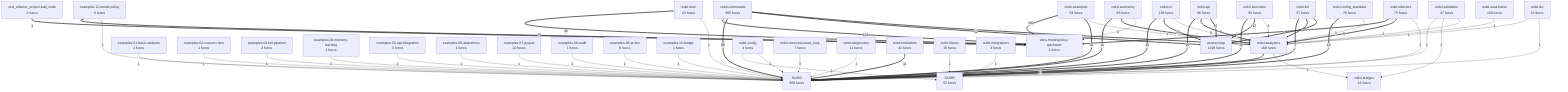
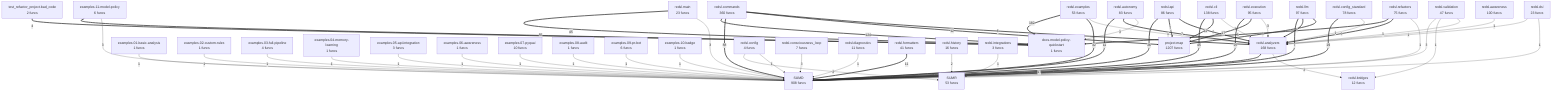
flowchart TD
    SUMD["SUMD<br/>908 funcs"]
    SUMR["SUMR<br/>53 funcs"]
    docs__model_policy_quickstart["docs.model-policy-quickstart<br/>1 funcs"]
    examples__01_basic_analysis["examples.01-basic-analysis<br/>1 funcs"]
    examples__02_custom_rules["examples.02-custom-rules<br/>1 funcs"]
    examples__03_full_pipeline["examples.03-full-pipeline<br/>4 funcs"]
    examples__04_memory_learning["examples.04-memory-learning<br/>1 funcs"]
    examples__05_api_integration["examples.05-api-integration<br/>3 funcs"]
    examples__06_awareness["examples.06-awareness<br/>1 funcs"]
    examples__07_pyqual["examples.07-pyqual<br/>10 funcs"]
    examples__08_audit["examples.08-audit<br/>1 funcs"]
    examples__09_pr_bot["examples.09-pr-bot<br/>6 funcs"]
    examples__10_badge["examples.10-badge<br/>1 funcs"]
    examples__11_model_policy["examples.11-model-policy<br/>6 funcs"]
-     project__map["project.map<br/>1198 funcs"]
+     project__map["project.map<br/>1207 funcs"]
    redsl__analyzers["redsl.analyzers<br/>168 funcs"]
    redsl__api["redsl.api<br/>86 funcs"]
    redsl__autonomy["redsl.autonomy<br/>83 funcs"]
    redsl__awareness["redsl.awareness<br/>100 funcs"]
    redsl__bridges["redsl.bridges<br/>12 funcs"]
    redsl__cli["redsl.cli<br/>138 funcs"]
    redsl__commands["redsl.commands<br/>360 funcs"]
    redsl__config["redsl.config<br/>4 funcs"]
    redsl__config_standard["redsl.config_standard<br/>78 funcs"]
    redsl__consciousness_loop["redsl.consciousness_loop<br/>7 funcs"]
    redsl__diagnostics["redsl.diagnostics<br/>11 funcs"]
    redsl__dsl["redsl.dsl<br/>23 funcs"]
    redsl__examples["redsl.examples<br/>53 funcs"]
    redsl__execution["redsl.execution<br/>95 funcs"]
    redsl__formatters["redsl.formatters<br/>41 funcs"]
    redsl__history["redsl.history<br/>16 funcs"]
    redsl__integrations["redsl.integrations<br/>3 funcs"]
    redsl__llm["redsl.llm<br/>97 funcs"]
    redsl__main["redsl.main<br/>23 funcs"]
    redsl__refactors["redsl.refactors<br/>75 funcs"]
    redsl__validation["redsl.validation<br/>47 funcs"]
    test_refactor_project__bad_code["test_refactor_project.bad_code<br/>2 funcs"]
    redsl__examples ==>|182| docs__model_policy_quickstart
    redsl__commands ==>|124| docs__model_policy_quickstart
    redsl__commands ==>|88| SUMD
    examples__11_model_policy ==>|55| docs__model_policy_quickstart
    redsl__main ==>|45| docs__model_policy_quickstart
    redsl__cli ==>|45| SUMD
    redsl__examples ==>|32| SUMD
    redsl__api ==>|26| SUMD
    redsl__execution ==>|25| SUMD
    redsl__config_standard ==>|19| SUMD
    redsl__execution ==>|17| project__map
    redsl__analyzers ==>|17| SUMD
    redsl__commands ==>|12| project__map
    redsl__cli ==>|12| project__map
    redsl__autonomy ==>|11| SUMD
    redsl__formatters ==>|11| SUMD
    redsl__autonomy ==>|7| redsl__analyzers
    redsl__llm ==>|7| SUMD
+     redsl__api ==>|7| project__map
    redsl__commands ==>|6| redsl__analyzers
    redsl__api ==>|6| redsl__analyzers
    redsl__llm ==>|5| redsl__analyzers
    redsl__llm ==>|5| project__map
    redsl__refactors ==>|5| docs__model_policy_quickstart
    redsl__refactors ==>|5| redsl__analyzers
-     redsl__api ==>|5| project__map
    test_refactor_project__bad_code ==>|4| docs__model_policy_quickstart
    examples__11_model_policy -->|3| SUMD
    redsl__consciousness_loop -->|3| SUMD
    redsl__main -->|3| SUMD
    redsl__autonomy -->|3| docs__model_policy_quickstart
    redsl__cli -->|3| redsl__analyzers
    redsl__execution -->|3| redsl__analyzers
    redsl__validation -->|3| SUMD
    redsl__config -->|2| SUMR
    redsl__history -->|2| SUMR
    redsl__analyzers -->|2| redsl__bridges
    examples__01_basic_analysis -->|1| SUMD
    examples__10_badge -->|1| SUMD
    examples__05_api_integration -->|1| SUMD
    examples__09_pr_bot -->|1| SUMD
    examples__04_memory_learning -->|1| SUMD
    examples__03_full_pipeline -->|1| SUMD
    examples__02_custom_rules -->|1| SUMD
    examples__06_awareness -->|1| SUMD
    examples__07_pyqual -->|1| SUMD
    examples__08_audit -->|1| SUMD
    redsl__config -->|1| SUMD
    redsl__config_standard -->|1| redsl__analyzers
    redsl__examples -->|1| redsl__analyzers
    redsl__diagnostics -->|1| SUMD
    redsl__refactors -->|1| SUMD
    redsl__awareness -->|1| redsl__analyzers
    redsl__validation -->|1| redsl__bridges
    redsl__validation -->|1| redsl__analyzers
    redsl__integrations -->|1| SUMR
    redsl__dsl -->|1| redsl__analyzers
    redsl__dsl -->|1| SUMD
